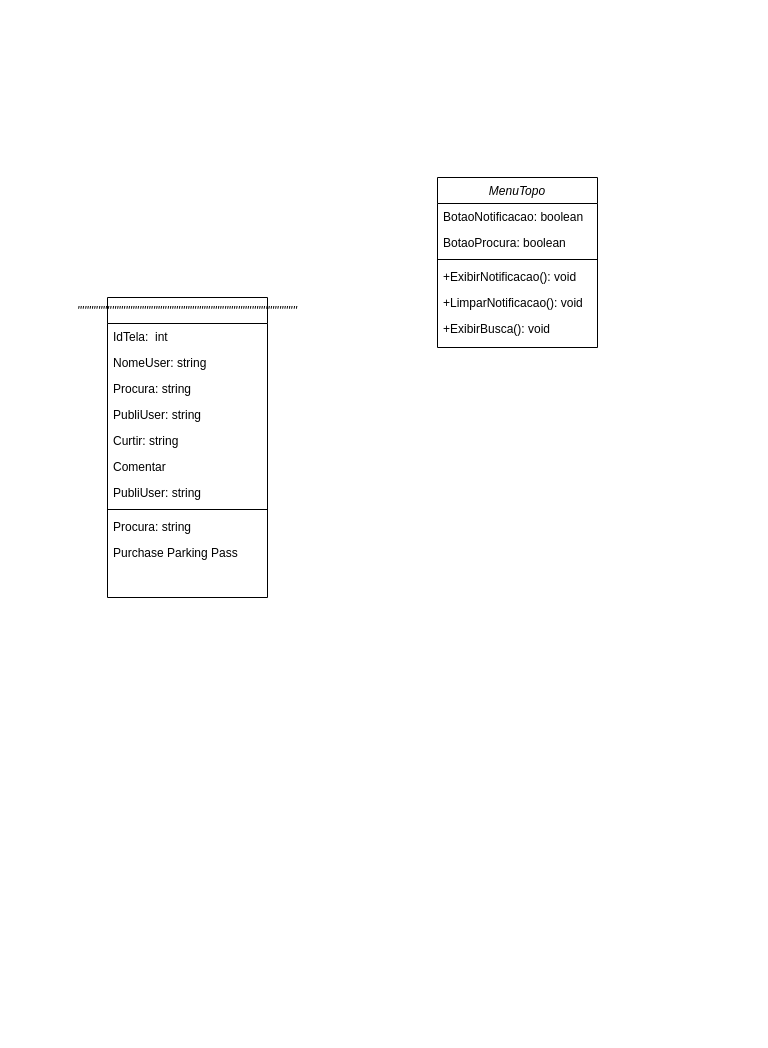
Before: Untitled Diagram.drawio in BryanLeite-dev/LookCre, a draw.io diagram. Source tidied: cells renumbered, new cells numbered last; positions are measured from the earlier drawing's top-left corner, leaving out a move shared by most shapes. Both pictures are drawn from the tidied source at 100%, with x=0, y=0 at pixel (107, 177).
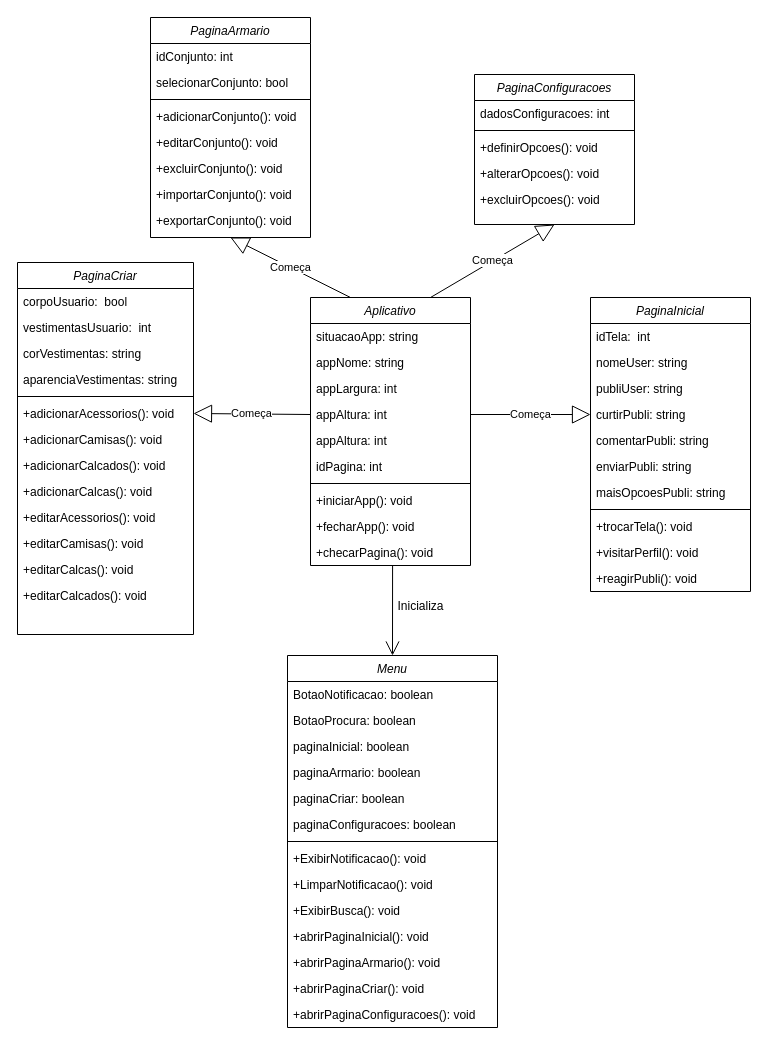
The same page after the edit.

Change to the diagram source:
```diff
@@
-    <mxCell id="2" value="''''''''''''''''''''''''''''''''''''''''''''''''''''''''''''''''''''''''''''''''''''''''''''''''" style="swimlane;fontStyle=2;align=center;verticalAlign=top;horizontal=1;startSize=26;rounded=0;shadow=0;strokeWidth=1;" parent="1" vertex="1">
-      <mxGeometry y="120" width="160" height="300" as="geometry" />
+    <mxCell id="2" value="PaginaInicial" style="swimlane;fontStyle=2;align=center;verticalAlign=top;horizontal=1;startSize=26;rounded=0;shadow=0;strokeWidth=1;" parent="1" vertex="1">
+      <mxGeometry x="483" y="120" width="160" height="294" as="geometry" />
     </mxCell>
-    <mxCell id="3" value="IdTela:  int" style="text;align=left;verticalAlign=top;spacingLeft=4;spacingRight=4;overflow=hidden;" parent="2" vertex="1">
+    <mxCell id="3" value="idTela:  int" style="text;align=left;verticalAlign=top;spacingLeft=4;spacingRight=4;overflow=hidden;" parent="2" vertex="1">
       <mxGeometry y="26" width="160" height="26" as="geometry" />
     </mxCell>
-    <mxCell id="4" value="NomeUser: string" style="text;align=left;verticalAlign=top;spacingLeft=4;spacingRight=4;overflow=hidden;rounded=0;shadow=0;html=0;" parent="2" vertex="1">
+    <mxCell id="4" value="nomeUser: string" style="text;align=left;verticalAlign=top;spacingLeft=4;spacingRight=4;overflow=hidden;rounded=0;shadow=0;html=0;" parent="2" vertex="1">
       <mxGeometry y="52" width="160" height="26" as="geometry" />
     </mxCell>
-    <mxCell id="5" value="Procura: string" style="text;align=left;verticalAlign=top;spacingLeft=4;spacingRight=4;overflow=hidden;rounded=0;shadow=0;html=0;" parent="2" vertex="1">
-      <mxGeometry y="78" width="160" height="26" as="geometry" />
-    </mxCell>
-    <mxCell id="6" value="PubliUser: string" style="text;align=left;verticalAlign=top;spacingLeft=4;spacingRight=4;overflow=hidden;rounded=0;shadow=0;html=0;" parent="2" vertex="1">
-      <mxGeometry y="104" width="160" height="26" as="geometry" />
+    <mxCell id="6" value="publiUser: string" style="text;align=left;verticalAlign=top;spacingLeft=4;spacingRight=4;overflow=hidden;rounded=0;shadow=0;html=0;" parent="2" vertex="1">
+      <mxGeometry y="78" width="160" height="26" as="geometry" />
     </mxCell>
-    <mxCell id="7" value="Curtir: string" style="text;align=left;verticalAlign=top;spacingLeft=4;spacingRight=4;overflow=hidden;points=[[0,0.5],[1,0.5]];portConstraint=eastwest;rounded=0;shadow=0;html=0;" parent="2" vertex="1">
-      <mxGeometry y="130" width="160" height="26" as="geometry" />
+    <mxCell id="7" value="curtirPubli: string" style="text;align=left;verticalAlign=top;spacingLeft=4;spacingRight=4;overflow=hidden;points=[[0,0.5],[1,0.5]];portConstraint=eastwest;rounded=0;shadow=0;html=0;" parent="2" vertex="1">
+      <mxGeometry y="104" width="160" height="26" as="geometry" />
     </mxCell>
-    <mxCell id="8" value="Comentar " style="text;align=left;verticalAlign=top;spacingLeft=4;spacingRight=4;overflow=hidden;rounded=0;shadow=0;html=0;" parent="2" vertex="1">
-      <mxGeometry y="156" width="160" height="26" as="geometry" />
+    <mxCell id="8" value="comentarPubli: string" style="text;align=left;verticalAlign=top;spacingLeft=4;spacingRight=4;overflow=hidden;rounded=0;shadow=0;html=0;" parent="2" vertex="1">
+      <mxGeometry y="130" width="160" height="26" as="geometry" />
     </mxCell>
+    <mxCell id="20" value="enviarPubli: string" style="text;align=left;verticalAlign=top;spacingLeft=4;spacingRight=4;overflow=hidden;rounded=0;shadow=0;html=0;" parent="2" vertex="1">
+      <mxGeometry y="156" width="160" height="26" as="geometry" />
+    </mxCell>
-    <mxCell id="9" value="PubliUser: string" style="text;align=left;verticalAlign=top;spacingLeft=4;spacingRight=4;overflow=hidden;rounded=0;shadow=0;html=0;" parent="2" vertex="1">
+    <mxCell id="9" value="maisOpcoesPubli: string" style="text;align=left;verticalAlign=top;spacingLeft=4;spacingRight=4;overflow=hidden;rounded=0;shadow=0;html=0;" parent="2" vertex="1">
       <mxGeometry y="182" width="160" height="26" as="geometry" />
     </mxCell>
@@
-    <mxCell id="11" value="Procura: string" style="text;align=left;verticalAlign=top;spacingLeft=4;spacingRight=4;overflow=hidden;rounded=0;shadow=0;html=0;" parent="2" vertex="1">
-      <mxGeometry y="216" width="160" height="26" as="geometry" />
-    </mxCell>
-    <mxCell id="12" value="Purchase Parking Pass" style="text;align=left;verticalAlign=top;spacingLeft=4;spacingRight=4;overflow=hidden;" parent="2" vertex="1">
-      <mxGeometry y="242" width="160" height="26" as="geometry" />
-    </mxCell>
+    <mxCell id="21" value="+trocarTela(): void" style="text;align=left;verticalAlign=top;spacingLeft=4;spacingRight=4;overflow=hidden;rounded=0;shadow=0;html=0;" parent="2" vertex="1">
+      <mxGeometry y="216" width="160" height="26" as="geometry" />
+    </mxCell>
+    <mxCell id="22" value="+visitarPerfil(): void" style="text;align=left;verticalAlign=top;spacingLeft=4;spacingRight=4;overflow=hidden;rounded=0;shadow=0;html=0;" parent="2" vertex="1">
+      <mxGeometry y="242" width="160" height="26" as="geometry" />
+    </mxCell>
+    <mxCell id="23" value="+reagirPubli(): void" style="text;align=left;verticalAlign=top;spacingLeft=4;spacingRight=4;overflow=hidden;rounded=0;shadow=0;html=0;" parent="2" vertex="1">
+      <mxGeometry y="268" width="160" height="26" as="geometry" />
+    </mxCell>
-    <mxCell id="13" value="MenuTopo" style="swimlane;fontStyle=2;align=center;verticalAlign=top;horizontal=1;startSize=26;rounded=0;shadow=0;strokeWidth=1;" parent="1" vertex="1">
-      <mxGeometry x="330" width="160" height="170" as="geometry" />
+    <mxCell id="13" value="Menu" style="swimlane;fontStyle=2;align=center;verticalAlign=top;horizontal=1;startSize=26;rounded=0;shadow=0;strokeWidth=1;" parent="1" vertex="1">
+      <mxGeometry x="180" y="478" width="210" height="372" as="geometry" />
     </mxCell>
     <mxCell id="14" value="BotaoNotificacao: boolean" style="text;align=left;verticalAlign=top;spacingLeft=4;spacingRight=4;overflow=hidden;rounded=0;shadow=0;html=0;" parent="13" vertex="1">
-      <mxGeometry y="26" width="160" height="26" as="geometry" />
+      <mxGeometry y="26" width="210" height="26" as="geometry" />
     </mxCell>
     <mxCell id="15" value="BotaoProcura: boolean" style="text;align=left;verticalAlign=top;spacingLeft=4;spacingRight=4;overflow=hidden;rounded=0;shadow=0;html=0;" parent="13" vertex="1">
-      <mxGeometry y="52" width="160" height="26" as="geometry" />
+      <mxGeometry y="52" width="210" height="26" as="geometry" />
     </mxCell>
-    <mxCell id="16" style="line;html=1;strokeWidth=1;align=left;verticalAlign=middle;spacingTop=-1;spacingLeft=3;spacingRight=3;labelPosition=right;" parent="13" vertex="1">
-      <mxGeometry y="78" width="160" height="8" as="geometry" />
-    </mxCell>
+    <mxCell id="24" value="paginaInicial: boolean" style="text;align=left;verticalAlign=top;spacingLeft=4;spacingRight=4;overflow=hidden;rounded=0;shadow=0;html=0;" parent="13" vertex="1">
+      <mxGeometry y="78" width="210" height="26" as="geometry" />
+    </mxCell>
+    <mxCell id="25" value="paginaArmario: boolean" style="text;align=left;verticalAlign=top;spacingLeft=4;spacingRight=4;overflow=hidden;rounded=0;shadow=0;html=0;" parent="13" vertex="1">
+      <mxGeometry y="104" width="210" height="26" as="geometry" />
+    </mxCell>
+    <mxCell id="26" value="paginaCriar: boolean" style="text;align=left;verticalAlign=top;spacingLeft=4;spacingRight=4;overflow=hidden;rounded=0;shadow=0;html=0;" parent="13" vertex="1">
+      <mxGeometry y="130" width="210" height="26" as="geometry" />
+    </mxCell>
+    <mxCell id="27" value="paginaConfiguracoes: boolean" style="text;align=left;verticalAlign=top;spacingLeft=4;spacingRight=4;overflow=hidden;rounded=0;shadow=0;html=0;" parent="13" vertex="1">
+      <mxGeometry y="156" width="210" height="26" as="geometry" />
+    </mxCell>
+    <mxCell id="28" style="line;html=1;strokeWidth=1;align=left;verticalAlign=middle;spacingTop=-1;spacingLeft=3;spacingRight=3;labelPosition=right;" parent="13" vertex="1">
+      <mxGeometry y="182" width="210" height="8" as="geometry" />
+    </mxCell>
     <mxCell id="17" value="+ExibirNotificacao(): void" style="text;align=left;verticalAlign=top;spacingLeft=4;spacingRight=4;overflow=hidden;rounded=0;shadow=0;html=0;" parent="13" vertex="1">
-      <mxGeometry y="86" width="160" height="26" as="geometry" />
+      <mxGeometry y="190" width="210" height="26" as="geometry" />
     </mxCell>
     <mxCell id="18" value="+LimparNotificacao(): void" style="text;align=left;verticalAlign=top;spacingLeft=4;spacingRight=4;overflow=hidden;rounded=0;shadow=0;html=0;" parent="13" vertex="1">
-      <mxGeometry y="112" width="160" height="26" as="geometry" />
+      <mxGeometry y="216" width="210" height="26" as="geometry" />
     </mxCell>
+    <mxCell id="29" value="+ExibirBusca(): void" style="text;align=left;verticalAlign=top;spacingLeft=4;spacingRight=4;overflow=hidden;rounded=0;shadow=0;html=0;" parent="13" vertex="1">
+      <mxGeometry y="242" width="210" height="26" as="geometry" />
+    </mxCell>
+    <mxCell id="30" value="+abrirPaginaInicial(): void" style="text;align=left;verticalAlign=top;spacingLeft=4;spacingRight=4;overflow=hidden;rounded=0;shadow=0;html=0;" parent="13" vertex="1">
+      <mxGeometry y="268" width="210" height="26" as="geometry" />
+    </mxCell>
+    <mxCell id="31" value="+abrirPaginaArmario(): void" style="text;align=left;verticalAlign=top;spacingLeft=4;spacingRight=4;overflow=hidden;rounded=0;shadow=0;html=0;" parent="13" vertex="1">
+      <mxGeometry y="294" width="210" height="26" as="geometry" />
+    </mxCell>
+    <mxCell id="32" value="+abrirPaginaCriar(): void" style="text;align=left;verticalAlign=top;spacingLeft=4;spacingRight=4;overflow=hidden;rounded=0;shadow=0;html=0;" parent="13" vertex="1">
+      <mxGeometry y="320" width="210" height="26" as="geometry" />
+    </mxCell>
-    <mxCell id="19" value="+ExibirBusca(): void" style="text;align=left;verticalAlign=top;spacingLeft=4;spacingRight=4;overflow=hidden;rounded=0;shadow=0;html=0;" parent="13" vertex="1">
-      <mxGeometry y="138" width="160" height="26" as="geometry" />
+    <mxCell id="19" value="+abrirPaginaConfiguracoes(): void" style="text;align=left;verticalAlign=top;spacingLeft=4;spacingRight=4;overflow=hidden;rounded=0;shadow=0;html=0;" parent="13" vertex="1">
+      <mxGeometry y="346" width="210" height="26" as="geometry" />
     </mxCell>
+    <mxCell id="33" value="PaginaCriar" style="swimlane;fontStyle=2;align=center;verticalAlign=top;horizontal=1;startSize=26;rounded=0;shadow=0;strokeWidth=1;" parent="1" vertex="1">
+      <mxGeometry x="-90" y="85" width="176" height="372" as="geometry" />
+    </mxCell>
+    <mxCell id="34" value="corpoUsuario:  bool" style="text;align=left;verticalAlign=top;spacingLeft=4;spacingRight=4;overflow=hidden;" parent="33" vertex="1">
+      <mxGeometry y="26" width="176" height="26" as="geometry" />
+    </mxCell>
+    <mxCell id="35" value="vestimentasUsuario:  int" style="text;align=left;verticalAlign=top;spacingLeft=4;spacingRight=4;overflow=hidden;rounded=0;shadow=0;html=0;" parent="33" vertex="1">
+      <mxGeometry y="52" width="176" height="26" as="geometry" />
+    </mxCell>
+    <mxCell id="36" value="corVestimentas: string" style="text;align=left;verticalAlign=top;spacingLeft=4;spacingRight=4;overflow=hidden;" parent="33" vertex="1">
+      <mxGeometry y="78" width="176" height="26" as="geometry" />
+    </mxCell>
+    <mxCell id="37" value="aparenciaVestimentas: string" style="text;align=left;verticalAlign=top;spacingLeft=4;spacingRight=4;overflow=hidden;" parent="33" vertex="1">
+      <mxGeometry y="104" width="176" height="26" as="geometry" />
+    </mxCell>
+    <mxCell id="38" style="line;html=1;strokeWidth=1;align=left;verticalAlign=middle;spacingTop=-1;spacingLeft=3;spacingRight=3;labelPosition=right;" parent="33" vertex="1">
+      <mxGeometry y="130" width="176" height="8" as="geometry" />
+    </mxCell>
+    <mxCell id="39" value="+adicionarAcessorios(): void" style="text;align=left;verticalAlign=top;spacingLeft=4;spacingRight=4;overflow=hidden;points=[[0,0.5],[1,0.5]];portConstraint=eastwest;rounded=0;shadow=0;html=0;" parent="33" vertex="1">
+      <mxGeometry y="138" width="176" height="26" as="geometry" />
+    </mxCell>
+    <mxCell id="40" value="+adicionarCamisas(): void" style="text;align=left;verticalAlign=top;spacingLeft=4;spacingRight=4;overflow=hidden;rounded=0;shadow=0;html=0;" parent="33" vertex="1">
+      <mxGeometry y="164" width="176" height="26" as="geometry" />
+    </mxCell>
+    <mxCell id="41" value="+adicionarCalcados(): void" style="text;align=left;verticalAlign=top;spacingLeft=4;spacingRight=4;overflow=hidden;rounded=0;shadow=0;html=0;" parent="33" vertex="1">
+      <mxGeometry y="190" width="176" height="26" as="geometry" />
+    </mxCell>
+    <mxCell id="42" value="+adicionarCalcas(): void" style="text;align=left;verticalAlign=top;spacingLeft=4;spacingRight=4;overflow=hidden;rounded=0;shadow=0;html=0;" parent="33" vertex="1">
+      <mxGeometry y="216" width="176" height="26" as="geometry" />
+    </mxCell>
+    <mxCell id="43" value="+editarAcessorios(): void" style="text;align=left;verticalAlign=top;spacingLeft=4;spacingRight=4;overflow=hidden;rounded=0;shadow=0;html=0;" parent="33" vertex="1">
+      <mxGeometry y="242" width="176" height="26" as="geometry" />
+    </mxCell>
+    <mxCell id="44" value="+editarCamisas(): void" style="text;align=left;verticalAlign=top;spacingLeft=4;spacingRight=4;overflow=hidden;rounded=0;shadow=0;html=0;" parent="33" vertex="1">
+      <mxGeometry y="268" width="176" height="26" as="geometry" />
+    </mxCell>
+    <mxCell id="45" value="+editarCalcas(): void" style="text;align=left;verticalAlign=top;spacingLeft=4;spacingRight=4;overflow=hidden;rounded=0;shadow=0;html=0;" parent="33" vertex="1">
+      <mxGeometry y="294" width="176" height="26" as="geometry" />
+    </mxCell>
+    <mxCell id="46" value="+editarCalcados(): void" style="text;align=left;verticalAlign=top;spacingLeft=4;spacingRight=4;overflow=hidden;rounded=0;shadow=0;html=0;" parent="33" vertex="1">
+      <mxGeometry y="320" width="176" height="26" as="geometry" />
+    </mxCell>
+    <mxCell id="47" value="PaginaConfiguracoes" style="swimlane;fontStyle=2;align=center;verticalAlign=top;horizontal=1;startSize=26;rounded=0;shadow=0;strokeWidth=1;" parent="1" vertex="1">
+      <mxGeometry x="367" y="-103" width="160" height="150" as="geometry" />
+    </mxCell>
+    <mxCell id="48" value="dadosConfiguracoes: int" style="text;align=left;verticalAlign=top;spacingLeft=4;spacingRight=4;overflow=hidden;" parent="47" vertex="1">
+      <mxGeometry y="26" width="160" height="26" as="geometry" />
+    </mxCell>
+    <mxCell id="49" style="line;html=1;strokeWidth=1;align=left;verticalAlign=middle;spacingTop=-1;spacingLeft=3;spacingRight=3;labelPosition=right;" parent="47" vertex="1">
+      <mxGeometry y="52" width="160" height="8" as="geometry" />
+    </mxCell>
+    <mxCell id="50" value="+definirOpcoes(): void" style="text;align=left;verticalAlign=top;spacingLeft=4;spacingRight=4;overflow=hidden;" parent="47" vertex="1">
+      <mxGeometry y="60" width="160" height="26" as="geometry" />
+    </mxCell>
+    <mxCell id="51" value="+alterarOpcoes(): void" style="text;align=left;verticalAlign=top;spacingLeft=4;spacingRight=4;overflow=hidden;" parent="47" vertex="1">
+      <mxGeometry y="86" width="160" height="26" as="geometry" />
+    </mxCell>
+    <mxCell id="52" value="+excluirOpcoes(): void" style="text;align=left;verticalAlign=top;spacingLeft=4;spacingRight=4;overflow=hidden;" parent="47" vertex="1">
+      <mxGeometry y="112" width="160" height="26" as="geometry" />
+    </mxCell>
+    <mxCell id="53" value="Aplicativo" style="swimlane;fontStyle=2;align=center;verticalAlign=top;horizontal=1;startSize=26;rounded=0;shadow=0;strokeWidth=1;" parent="1" vertex="1">
+      <mxGeometry x="203" y="120" width="160" height="268" as="geometry" />
+    </mxCell>
+    <mxCell id="54" value="situacaoApp: string&#10;" style="text;align=left;verticalAlign=top;spacingLeft=4;spacingRight=4;overflow=hidden;" parent="53" vertex="1">
+      <mxGeometry y="26" width="160" height="26" as="geometry" />
+    </mxCell>
+    <mxCell id="55" value="appNome: string&#10;" style="text;align=left;verticalAlign=top;spacingLeft=4;spacingRight=4;overflow=hidden;" parent="53" vertex="1">
+      <mxGeometry y="52" width="160" height="26" as="geometry" />
+    </mxCell>
+    <mxCell id="56" value="appLargura: int" style="text;align=left;verticalAlign=top;spacingLeft=4;spacingRight=4;overflow=hidden;" parent="53" vertex="1">
+      <mxGeometry y="78" width="160" height="26" as="geometry" />
+    </mxCell>
+    <mxCell id="57" value="appAltura: int" style="text;align=left;verticalAlign=top;spacingLeft=4;spacingRight=4;overflow=hidden;points=[[0,0.5],[1,0.5]];portConstraint=eastwest;" parent="53" vertex="1">
+      <mxGeometry y="104" width="160" height="26" as="geometry" />
+    </mxCell>
+    <mxCell id="58" value="appAltura: int" style="text;align=left;verticalAlign=top;spacingLeft=4;spacingRight=4;overflow=hidden;" parent="53" vertex="1">
+      <mxGeometry y="130" width="160" height="26" as="geometry" />
+    </mxCell>
+    <mxCell id="59" value="idPagina: int" style="text;align=left;verticalAlign=top;spacingLeft=4;spacingRight=4;overflow=hidden;" parent="53" vertex="1">
+      <mxGeometry y="156" width="160" height="26" as="geometry" />
+    </mxCell>
+    <mxCell id="60" style="line;html=1;strokeWidth=1;align=left;verticalAlign=middle;spacingTop=-1;spacingLeft=3;spacingRight=3;labelPosition=right;" parent="53" vertex="1">
+      <mxGeometry y="182" width="160" height="8" as="geometry" />
+    </mxCell>
+    <mxCell id="61" value="+iniciarApp(): void" style="text;align=left;verticalAlign=top;spacingLeft=4;spacingRight=4;overflow=hidden;" parent="53" vertex="1">
+      <mxGeometry y="190" width="160" height="26" as="geometry" />
+    </mxCell>
+    <mxCell id="62" value="+fecharApp(): void" style="text;align=left;verticalAlign=top;spacingLeft=4;spacingRight=4;overflow=hidden;" parent="53" vertex="1">
+      <mxGeometry y="216" width="160" height="26" as="geometry" />
+    </mxCell>
+    <mxCell id="63" value="+checarPagina(): void" style="text;align=left;verticalAlign=top;spacingLeft=4;spacingRight=4;overflow=hidden;points=[[0,0.5],[1,0.5]];portConstraint=eastwest;" parent="53" vertex="1">
+      <mxGeometry y="242" width="160" height="26" as="geometry" />
+    </mxCell>
+    <mxCell id="64" style="endArrow=open;endFill=1;endSize=12;html=1;rounded=0;entryX=0.5;entryY=0;entryDx=0;entryDy=0;exitX=0.513;exitY=1;exitDx=0;exitDy=0;exitPerimeter=0;" parent="1" edge="1" source="63" target="13">
+      <mxGeometry relative="1" as="geometry" />
+    </mxCell>
+    <mxCell id="65" value="Inicializa" style="text;html=1;align=center;verticalAlign=middle;fillColor=none;strokeColor=none;rounded=0;" parent="1" vertex="1">
+      <mxGeometry x="283" y="419" width="60" height="20" as="geometry" />
+    </mxCell>
+    <mxCell id="66" value="Começa" style="endArrow=block;endSize=16;endFill=0;html=1;rounded=0;exitX=1;exitY=0.5;exitDx=0;exitDy=0;entryX=0;entryY=0.5;entryDx=0;entryDy=0;" parent="1" edge="1" source="57" target="7">
+      <mxGeometry relative="1" as="geometry" />
+    </mxCell>
+    <mxCell id="67" value="Começa" style="endArrow=block;endSize=16;endFill=0;html=1;rounded=0;exitX=0.75;exitY=0;exitDx=0;exitDy=0;entryX=0.5;entryY=1;entryDx=0;entryDy=0;" parent="1" edge="1" source="53" target="47">
+      <mxGeometry relative="1" as="geometry" />
+    </mxCell>
+    <mxCell id="68" value="PaginaArmario" style="swimlane;fontStyle=2;align=center;verticalAlign=top;horizontal=1;startSize=26;rounded=0;shadow=0;strokeWidth=1;" parent="1" vertex="1">
+      <mxGeometry x="43" y="-160" width="160" height="220" as="geometry" />
+    </mxCell>
+    <mxCell id="69" value="idConjunto: int" style="text;align=left;verticalAlign=top;spacingLeft=4;spacingRight=4;overflow=hidden;" parent="68" vertex="1">
+      <mxGeometry y="26" width="160" height="26" as="geometry" />
+    </mxCell>
+    <mxCell id="70" value="selecionarConjunto: bool" style="text;align=left;verticalAlign=top;spacingLeft=4;spacingRight=4;overflow=hidden;rounded=0;shadow=0;html=0;" parent="68" vertex="1">
+      <mxGeometry y="52" width="160" height="26" as="geometry" />
+    </mxCell>
+    <mxCell id="16" style="line;html=1;strokeWidth=1;align=left;verticalAlign=middle;spacingTop=-1;spacingLeft=3;spacingRight=3;labelPosition=right;" parent="68" vertex="1">
+      <mxGeometry y="78" width="160" height="8" as="geometry" />
+    </mxCell>
+    <mxCell id="71" value="+adicionarConjunto(): void" style="text;align=left;verticalAlign=top;spacingLeft=4;spacingRight=4;overflow=hidden;rounded=0;shadow=0;html=0;" parent="68" vertex="1">
+      <mxGeometry y="86" width="160" height="26" as="geometry" />
+    </mxCell>
+    <mxCell id="72" value="+editarConjunto(): void" style="text;align=left;verticalAlign=top;spacingLeft=4;spacingRight=4;overflow=hidden;rounded=0;shadow=0;html=0;" parent="68" vertex="1">
+      <mxGeometry y="112" width="160" height="26" as="geometry" />
+    </mxCell>
+    <mxCell id="73" value="+excluirConjunto(): void" style="text;align=left;verticalAlign=top;spacingLeft=4;spacingRight=4;overflow=hidden;rounded=0;shadow=0;html=0;" parent="68" vertex="1">
+      <mxGeometry y="138" width="160" height="26" as="geometry" />
+    </mxCell>
+    <mxCell id="74" value="+importarConjunto(): void" style="text;align=left;verticalAlign=top;spacingLeft=4;spacingRight=4;overflow=hidden;rounded=0;shadow=0;html=0;" parent="68" vertex="1">
+      <mxGeometry y="164" width="160" height="26" as="geometry" />
+    </mxCell>
+    <mxCell id="75" value="+exportarConjunto(): void" style="text;align=left;verticalAlign=top;spacingLeft=4;spacingRight=4;overflow=hidden;rounded=0;shadow=0;html=0;" parent="68" vertex="1">
+      <mxGeometry y="190" width="160" height="26" as="geometry" />
+    </mxCell>
+    <mxCell id="76" value="Começa" style="endArrow=block;endSize=16;endFill=0;html=1;rounded=0;entryX=0.5;entryY=1;entryDx=0;entryDy=0;exitX=0.25;exitY=0;exitDx=0;exitDy=0;" parent="1" edge="1" source="53" target="68">
+      <mxGeometry relative="1" as="geometry" />
+    </mxCell>
+    <mxCell id="77" value="Começa" style="endArrow=block;endSize=16;endFill=0;html=1;rounded=0;exitX=0;exitY=0.5;exitDx=0;exitDy=0;entryX=1;entryY=0.5;entryDx=0;entryDy=0;" parent="1" edge="1" source="57" target="39">
+      <mxGeometry relative="1" as="geometry" />
+    </mxCell>
```
